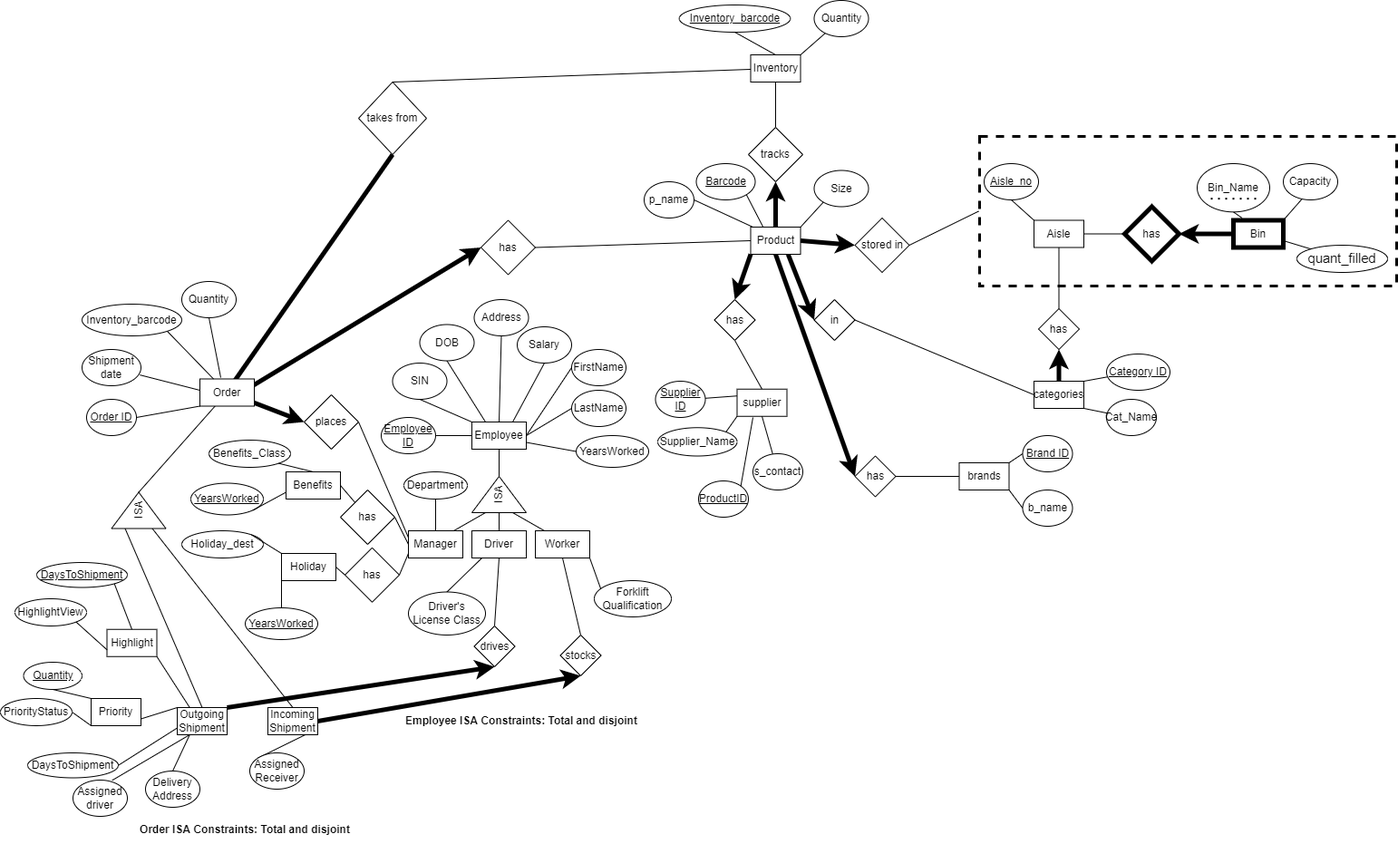
h-xi/Simple-Inventory-Management keeps this draw.io diagram as final ER diagram.png. Above is the earlier version. Source tidied: cells renumbered, new cells last; positions are measured from the earlier drawing's top-left corner, leaving out a move shared by most shapes.
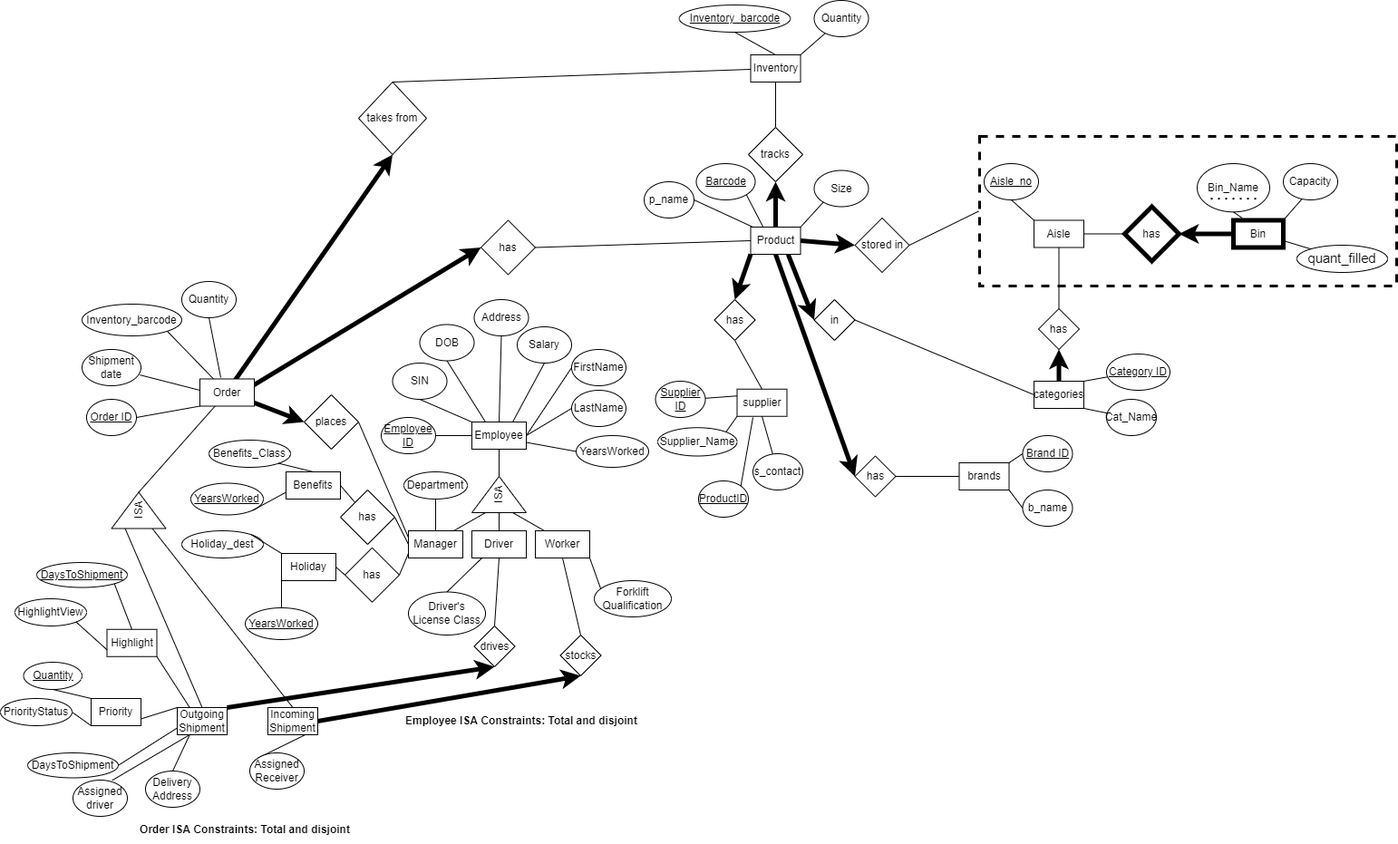
The same diagram one commit later.

The edit, as a diff of the source:
```diff
@@ -13,7 +13,7 @@
     <mxCell id="4" value="Inventory" style="rounded=0;whiteSpace=wrap;html=1;" parent="1" vertex="1">
       <mxGeometry x="827.5" y="60" width="55" height="30" as="geometry" />
     </mxCell>
-    <mxCell id="5" style="edgeStyle=none;rounded=0;jettySize=auto;html=1;exitX=0.5;exitY=1;exitDx=0;exitDy=0;startArrow=none;startFill=0;endArrow=none;endFill=0;strokeWidth=5;" parent="1" edge="1" source="6">
+    <mxCell id="5" style="edgeStyle=none;rounded=0;jettySize=auto;html=1;exitX=0.5;exitY=1;exitDx=0;exitDy=0;startArrow=classic;startFill=1;endArrow=none;endFill=0;strokeWidth=5;" parent="1" edge="1" source="6">
       <mxGeometry relative="1" as="geometry">
         <mxPoint x="258" y="420" as="targetPoint" />
       </mxGeometry>
```
